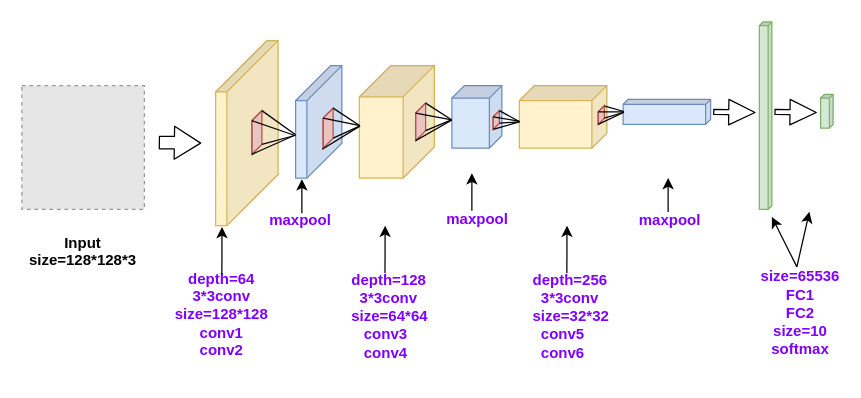
This is cnn.drawio from ByronGe/ff, a draw.io file, before an edit. Source tidied: cells renumbered, new cells numbered last; positions are measured from the earlier drawing's top-left corner, leaving out a move shared by most shapes. Both pictures are drawn from the tidied source at 125%, with x=0, y=0 at pixel (21, 21). Pictures stored in the file or linked from it are replaced by grey dashed boxes.
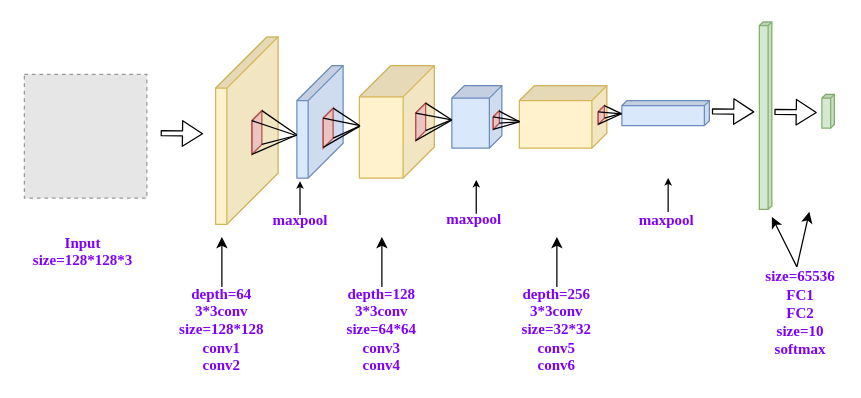
After the change.

Unchanged cells that the change refers to:
```xml
<mxCell id="4" style="shape=cube;whiteSpace=wrap;html=1;boundedLbl=1;backgroundOutline=1;darkOpacity=0.05;darkOpacity2=0.1;fillColor=#fff2cc;strokeColor=#d6b656;size=25;direction=south;" parent="1" vertex="1">
  <mxGeometry x="270" y="35" width="60" height="90" as="geometry" />
</mxCell>
<mxCell id="6" style="shape=cube;whiteSpace=wrap;html=1;boundedLbl=1;backgroundOutline=1;darkOpacity=0.05;darkOpacity2=0.1;fillColor=#fff2cc;strokeColor=#d6b656;size=12;direction=south;" parent="1" vertex="1">
  <mxGeometry x="398" y="51" width="70" height="50" as="geometry" />
</mxCell>
<mxCell id="15" style="shape=cube;whiteSpace=wrap;html=1;boundedLbl=1;backgroundOutline=1;darkOpacity=0.05;darkOpacity2=0.1;fillColor=#f8cecc;strokeColor=#b85450;size=9;direction=south;" parent="1" vertex="1">
  <mxGeometry x="241" y="69" width="8" height="32" as="geometry" />
</mxCell>
<mxCell id="25" style="shape=cube;whiteSpace=wrap;html=1;boundedLbl=1;backgroundOutline=1;darkOpacity=0.05;darkOpacity2=0.1;fillColor=#f8cecc;strokeColor=#b85450;size=9;direction=south;" parent="1" vertex="1">
  <mxGeometry x="377" y="71" width="5" height="15" as="geometry" />
</mxCell>
<mxCell id="30" style="shape=cube;whiteSpace=wrap;html=1;boundedLbl=1;backgroundOutline=1;darkOpacity=0.05;darkOpacity2=0.1;fillColor=#f8cecc;strokeColor=#b85450;size=9;direction=south;" parent="1" vertex="1">
  <mxGeometry x="461" y="67" width="5" height="15" as="geometry" />
</mxCell>
```

What changed in the source:
```diff
@@
     <mxCell id="2" style="shape=cube;whiteSpace=wrap;html=1;boundedLbl=1;backgroundOutline=1;darkOpacity=0.05;darkOpacity2=0.1;fillColor=#dae8fc;strokeColor=#6c8ebf;size=28;direction=south;" parent="1" vertex="1">
-      <mxGeometry x="219" y="35" width="37" height="90" as="geometry" />
+      <mxGeometry x="220" y="35" width="37" height="90" as="geometry" />
     </mxCell>
     <mxCell id="3" style="shape=cube;whiteSpace=wrap;html=1;boundedLbl=1;backgroundOutline=1;darkOpacity=0.05;darkOpacity2=0.1;fillColor=#fff2cc;strokeColor=#d6b656;size=41;direction=south;" parent="1" vertex="1">
-      <mxGeometry x="155" y="15" width="50" height="148" as="geometry" />
+      <mxGeometry x="155" y="12" width="50" height="150" as="geometry" />
     </mxCell>
@@
     <mxCell id="7" style="shape=cube;whiteSpace=wrap;html=1;boundedLbl=1;backgroundOutline=1;darkOpacity=0.05;darkOpacity2=0.1;fillColor=#dae8fc;strokeColor=#6c8ebf;size=4;direction=south;" parent="1" vertex="1">
-      <mxGeometry x="481" y="62" width="70" height="20" as="geometry" />
+      <mxGeometry x="480" y="63" width="70" height="20" as="geometry" />
     </mxCell>
@@
     <mxCell id="9" style="shape=cube;whiteSpace=wrap;html=1;boundedLbl=1;backgroundOutline=1;darkOpacity=0.05;darkOpacity2=0.1;fillColor=#d5e8d4;strokeColor=#82b366;size=3;direction=south;" parent="1" vertex="1">
-      <mxGeometry x="639" y="58" width="10" height="27" as="geometry" />
+      <mxGeometry x="640" y="58" width="10" height="27" as="geometry" />
     </mxCell>
@@
-    <mxCell id="19" style="endArrow=none;html=1;exitX=1.03;exitY=1.089;exitDx=0;exitDy=0;exitPerimeter=0;entryX=0.538;entryY=0.994;entryDx=0;entryDy=0;entryPerimeter=0;" parent="1" edge="1" source="15" target="4">
+    <mxCell id="19" style="endArrow=none;html=1;exitX=0.981;exitY=0.985;exitDx=0;exitDy=0;exitPerimeter=0;entryX=0.538;entryY=0.994;entryDx=0;entryDy=0;entryPerimeter=0;" parent="1" edge="1" source="15" target="4">
       <mxGeometry relative="1" as="geometry" />
     </mxCell>
@@
-    <mxCell id="27" style="endArrow=none;html=1;exitX=0;exitY=0;exitDx=0;exitDy=0;exitPerimeter=0;entryX=0.578;entryY=0.996;entryDx=0;entryDy=0;entryPerimeter=0;" parent="1" edge="1" source="25" target="6">
+    <mxCell id="27" style="endArrow=none;html=1;exitX=0.025;exitY=0.043;exitDx=0;exitDy=0;exitPerimeter=0;entryX=0.578;entryY=0.996;entryDx=0;entryDy=0;entryPerimeter=0;" parent="1" edge="1" source="25" target="6">
       <mxGeometry relative="1" as="geometry" />
     </mxCell>
@@
-    <mxCell id="31" style="endArrow=none;html=1;exitX=0;exitY=0;exitDx=5;exitDy=5;exitPerimeter=0;entryX=0.504;entryY=0.999;entryDx=0;entryDy=0;entryPerimeter=0;" parent="1" edge="1" source="30" target="7">
+    <mxCell id="31" style="endArrow=none;html=1;exitX=0;exitY=0;exitDx=5;exitDy=5;exitPerimeter=0;entryX=0.529;entryY=1.005;entryDx=0;entryDy=0;entryPerimeter=0;" parent="1" edge="1" source="30" target="7">
       <mxGeometry relative="1" as="geometry" />
     </mxCell>
-    <mxCell id="32" style="endArrow=none;html=1;exitX=0.028;exitY=-0.067;exitDx=0;exitDy=0;exitPerimeter=0;entryX=0.583;entryY=1.003;entryDx=0;entryDy=0;entryPerimeter=0;" parent="1" edge="1" source="30">
-      <mxGeometry relative="1" as="geometry">
-        <mxPoint x="481.7" y="71.7" as="targetPoint" />
-      </mxGeometry>
+    <mxCell id="32" style="endArrow=none;html=1;exitX=0;exitY=0;exitDx=0;exitDy=0;exitPerimeter=0;entryX=0.52;entryY=1.007;entryDx=0;entryDy=0;entryPerimeter=0;" parent="1" edge="1" source="30" target="7">
+      <mxGeometry relative="1" as="geometry" />
     </mxCell>
-    <mxCell id="33" style="endArrow=none;html=1;exitX=0;exitY=0;exitDx=14.999999999999998;exitDy=5;exitPerimeter=0;entryX=0.603;entryY=1.003;entryDx=0;entryDy=0;entryPerimeter=0;" parent="1" edge="1" source="30">
-      <mxGeometry relative="1" as="geometry">
-        <mxPoint x="481.7" y="72.3" as="targetPoint" />
-      </mxGeometry>
+    <mxCell id="33" style="endArrow=none;html=1;exitX=0;exitY=0;exitDx=14.999999999999998;exitDy=5;exitPerimeter=0;entryX=0.526;entryY=1.004;entryDx=0;entryDy=0;entryPerimeter=0;" parent="1" edge="1" source="30" target="7">
+      <mxGeometry relative="1" as="geometry" />
     </mxCell>
-    <mxCell id="34" style="endArrow=none;html=1;exitX=0;exitY=0;exitDx=9.999999999999998;exitDy=0;exitPerimeter=0;entryX=0.603;entryY=1.003;entryDx=0;entryDy=0;entryPerimeter=0;" parent="1" edge="1" source="30">
-      <mxGeometry relative="1" as="geometry">
-        <mxPoint x="481.7" y="72.3" as="targetPoint" />
-      </mxGeometry>
+    <mxCell id="34" style="endArrow=none;html=1;exitX=0;exitY=0;exitDx=9.999999999999998;exitDy=0;exitPerimeter=0;entryX=0.512;entryY=1.004;entryDx=0;entryDy=0;entryPerimeter=0;" parent="1" edge="1" source="30" target="7">
+      <mxGeometry relative="1" as="geometry" />
     </mxCell>
-    <mxCell id="35" style="shape=flexArrow;endArrow=classic;html=1;endWidth=15.428571428571429;endSize=6.668571428571428;startWidth=15.428571428571429;startSize=6.668571428571428;width=4;" parent="1" edge="1">
-      <mxGeometry relative="1" as="geometry">
-        <mxPoint x="553" y="72" as="sourcePoint" />
-        <mxPoint x="587" y="72.5" as="targetPoint" />
-      </mxGeometry>
-    </mxCell>
-    <mxCell id="36" style="shape=flexArrow;endArrow=classic;html=1;endWidth=15.428571428571429;endSize=6.668571428571428;startWidth=15.428571428571429;startSize=6.668571428571428;width=4;" parent="1" edge="1">
+    <mxCell id="36" style="shape=flexArrow;endArrow=classic;html=1;endWidth=15.428571428571429;endSize=5;startWidth=15.428571428571429;startSize=5;width=4;" parent="1" edge="1">
       <mxGeometry relative="1" as="geometry">
         <mxPoint x="602" y="72" as="sourcePoint" />
         <mxPoint x="636" y="72.5" as="targetPoint" />
       </mxGeometry>
     </mxCell>
-    <mxCell id="37" value="&lt;font color=&quot;#7f00ff&quot;&gt;&lt;b&gt;depth=64&lt;br&gt;3*3conv&lt;br&gt;size=128*128&lt;br&gt;conv1&lt;br&gt;conv2&lt;/b&gt;&lt;/font&gt;&lt;br&gt;" style="text;html=1;strokeColor=none;fillColor=none;align=center;verticalAlign=middle;whiteSpace=wrap;rounded=0;" parent="1" vertex="1">
-      <mxGeometry x="140" y="224" width="40" height="20" as="geometry" />
+    <mxCell id="37" value="&lt;font color=&quot;#7f00ff&quot;&gt;&lt;b&gt;depth=64&lt;br&gt;3*3conv&lt;br&gt;size=128*128&lt;br&gt;conv1&lt;br&gt;conv2&lt;/b&gt;&lt;/font&gt;&lt;br&gt;" style="text;html=1;strokeColor=none;fillColor=none;align=center;verticalAlign=middle;whiteSpace=wrap;rounded=0;fontFamily=Times New Roman;" parent="1" vertex="1">
+      <mxGeometry x="120" y="212" width="80" height="68" as="geometry" />
     </mxCell>
-    <mxCell id="38" value="&lt;font color=&quot;#7f00ff&quot;&gt;&lt;b&gt;maxpool&lt;br&gt;&lt;/b&gt;&lt;/font&gt;&lt;br&gt;" style="text;html=1;strokeColor=none;fillColor=none;align=center;verticalAlign=middle;whiteSpace=wrap;rounded=0;" parent="1" vertex="1">
+    <mxCell id="38" value="&lt;font color=&quot;#7f00ff&quot;&gt;&lt;b&gt;maxpool&lt;br&gt;&lt;/b&gt;&lt;/font&gt;&lt;br&gt;" style="text;html=1;strokeColor=none;fillColor=none;align=center;verticalAlign=middle;whiteSpace=wrap;rounded=0;fontFamily=Times New Roman;" parent="1" vertex="1">
       <mxGeometry x="203" y="156" width="40" height="20" as="geometry" />
     </mxCell>
-    <mxCell id="39" value="&lt;font color=&quot;#7f00ff&quot;&gt;&lt;b&gt;depth=128&lt;br&gt;&amp;nbsp; 3*3conv&lt;br&gt;size=64*64&lt;br&gt;&amp;nbsp; &amp;nbsp;conv3&lt;br&gt;&amp;nbsp; &amp;nbsp;conv4&lt;/b&gt;&lt;/font&gt;" style="text;html=1;" parent="1" vertex="1">
-      <mxGeometry x="262" y="193" width="50" height="70" as="geometry" />
-    </mxCell>
-    <mxCell id="40" value="&lt;font color=&quot;#7f00ff&quot;&gt;&lt;b&gt;maxpool&lt;/b&gt;&lt;/font&gt;&lt;br&gt;" style="text;html=1;" parent="1" vertex="1">
+    <mxCell id="40" value="&lt;font color=&quot;#7f00ff&quot;&gt;&lt;b&gt;maxpool&lt;/b&gt;&lt;/font&gt;&lt;br&gt;" style="text;html=1;fontFamily=Times New Roman;" parent="1" vertex="1">
       <mxGeometry x="338" y="144" width="50" height="70" as="geometry" />
     </mxCell>
-    <mxCell id="41" value="&lt;font color=&quot;#7f00ff&quot;&gt;&lt;b&gt;depth=256&lt;br&gt;&amp;nbsp; 3*3conv&lt;br&gt;size=32*32&lt;br&gt;&amp;nbsp; conv5&lt;br&gt;&amp;nbsp; conv6&lt;/b&gt;&lt;/font&gt;" style="text;html=1;" parent="1" vertex="1">
-      <mxGeometry x="407" y="193" width="50" height="70" as="geometry" />
-    </mxCell>
-    <mxCell id="42" value="&lt;font color=&quot;#7f00ff&quot;&gt;&lt;b&gt;maxpool&lt;/b&gt;&lt;/font&gt;&lt;br&gt;" style="text;html=1;" parent="1" vertex="1">
-      <mxGeometry x="492" y="145" width="50" height="70" as="geometry" />
+    <mxCell id="42" value="&lt;font color=&quot;#7f00ff&quot;&gt;&lt;b&gt;maxpool&lt;/b&gt;&lt;/font&gt;&lt;br&gt;" style="text;html=1;fontFamily=Times New Roman;" parent="1" vertex="1">
+      <mxGeometry x="492" y="145" width="50" height="27" as="geometry" />
     </mxCell>
-    <mxCell id="43" value="&lt;font color=&quot;#7f00ff&quot;&gt;&lt;b&gt;size=65536&lt;br&gt;FC1&lt;br&gt;FC2&lt;br&gt;size=10&lt;br&gt;softmax&lt;br&gt;&lt;/b&gt;&lt;/font&gt;&lt;br&gt;" style="text;html=1;strokeColor=none;fillColor=none;align=center;verticalAlign=middle;whiteSpace=wrap;rounded=0;direction=south;" parent="1" vertex="1">
+    <mxCell id="43" value="&lt;font color=&quot;#7f00ff&quot;&gt;&lt;b&gt;size=65536&lt;br&gt;FC1&lt;br&gt;FC2&lt;br&gt;size=10&lt;br&gt;softmax&lt;br&gt;&lt;/b&gt;&lt;/font&gt;&lt;br&gt;" style="text;html=1;strokeColor=none;fillColor=none;align=center;verticalAlign=middle;whiteSpace=wrap;rounded=0;direction=south;fontFamily=Times New Roman;" parent="1" vertex="1">
       <mxGeometry x="613" y="220" width="20" height="40" as="geometry" />
     </mxCell>
     <mxCell id="44" style="fillColor=#E6E6E6;strokeColor=#999999;dashed=1;verticalLabelPosition=bottom;labelBackgroundColor=#ffffff;verticalAlign=top;" parent="1" vertex="1">
-      <mxGeometry y="51" width="98" height="99" as="geometry" />
+      <mxGeometry x="2" y="42" width="98" height="99" as="geometry" />
     </mxCell>
-    <mxCell id="45" value="&lt;b&gt;&lt;font style=&quot;font-size: 12px&quot;&gt;Input&lt;br&gt;&lt;/font&gt;size=128*128*3&lt;br style=&quot;font-size: 11px&quot;&gt;&lt;/b&gt;&lt;br&gt;" style="text;html=1;strokeColor=none;fillColor=none;align=center;verticalAlign=middle;whiteSpace=wrap;rounded=0;" parent="1" vertex="1">
+    <mxCell id="45" value="&lt;b&gt;&lt;font style=&quot;font-size: 12px&quot;&gt;Input&lt;br&gt;&lt;/font&gt;size=128*128*3&lt;br style=&quot;font-size: 11px&quot;&gt;&lt;/b&gt;&lt;br&gt;" style="text;html=1;strokeColor=none;fillColor=none;align=center;verticalAlign=middle;whiteSpace=wrap;rounded=0;fontFamily=Times New Roman;fontColor=#7F00FF;" parent="1" vertex="1">
       <mxGeometry x="29" y="181" width="40" height="20" as="geometry" />
     </mxCell>
-    <mxCell id="46" style="shape=flexArrow;endArrow=classic;html=1;endWidth=15.428571428571429;endSize=6.668571428571428;startWidth=15.428571428571429;startSize=6.668571428571428;width=10;" parent="1" edge="1">
-      <mxGeometry relative="1" as="geometry">
-        <mxPoint x="109.5" y="96.5" as="sourcePoint" />
-        <mxPoint x="143.5" y="97" as="targetPoint" />
-      </mxGeometry>
-    </mxCell>
-    <mxCell id="47" style="endArrow=classic;html=1;entryX=0;entryY=0;entryDx=90;entryDy=34;entryPerimeter=0;" parent="1" edge="1">
-      <mxGeometry relative="1" as="geometry">
-        <mxPoint x="224" y="153" as="sourcePoint" />
-        <mxPoint x="224" y="125.9" as="targetPoint" />
-      </mxGeometry>
-    </mxCell>
-    <mxCell id="48" style="endArrow=classic;html=1;" parent="1" edge="1">
-      <mxGeometry relative="1" as="geometry">
-        <mxPoint x="360" y="151" as="sourcePoint" />
-        <mxPoint x="360" y="121" as="targetPoint" />
-      </mxGeometry>
-    </mxCell>
-    <mxCell id="49" style="endArrow=classic;html=1;entryX=0;entryY=0;entryDx=90;entryDy=34;entryPerimeter=0;" parent="1" edge="1">
+    <mxCell id="49" style="endArrow=classic;html=1;exitX=0.5;exitY=0;exitDx=0;exitDy=0;" parent="1" edge="1" source="37">
       <mxGeometry relative="1" as="geometry">
-        <mxPoint x="160" y="202" as="sourcePoint" />
-        <mxPoint x="160.1" y="164" as="targetPoint" />
+        <mxPoint x="160" y="172" as="targetPoint" />
       </mxGeometry>
     </mxCell>
@@
-    <mxCell id="52" style="endArrow=classic;html=1;entryX=0;entryY=0;entryDx=90;entryDy=34;entryPerimeter=0;" parent="1" edge="1">
+    <mxCell id="52" style="endArrow=classic;html=1;entryX=0;entryY=0;entryDx=90;entryDy=34;entryPerimeter=0;endSize=3;" parent="1" edge="1">
       <mxGeometry relative="1" as="geometry">
         <mxPoint x="517" y="152" as="sourcePoint" />
         <mxPoint x="517" y="124.9" as="targetPoint" />
       </mxGeometry>
     </mxCell>
-    <mxCell id="53" style="endArrow=classic;html=1;entryX=0;entryY=0;entryDx=90;entryDy=34;entryPerimeter=0;" parent="1" edge="1">
+    <mxCell id="53" style="endArrow=classic;html=1;exitX=0.5;exitY=0;exitDx=0;exitDy=0;" parent="1" edge="1" source="39">
       <mxGeometry relative="1" as="geometry">
-        <mxPoint x="290.5" y="201" as="sourcePoint" />
-        <mxPoint x="290.6" y="163" as="targetPoint" />
+        <mxPoint x="288" y="172" as="targetPoint" />
       </mxGeometry>
     </mxCell>
-    <mxCell id="54" style="endArrow=classic;html=1;entryX=0;entryY=0;entryDx=90;entryDy=34;entryPerimeter=0;" parent="1" edge="1">
+    <mxCell id="54" style="endArrow=classic;html=1;endSize=6;exitX=0.5;exitY=0;exitDx=0;exitDy=0;" parent="1" edge="1" source="41">
       <mxGeometry relative="1" as="geometry">
-        <mxPoint x="436" y="201" as="sourcePoint" />
-        <mxPoint x="436.1" y="163" as="targetPoint" />
+        <mxPoint x="428" y="172" as="targetPoint" />
       </mxGeometry>
     </mxCell>
+    <mxCell id="55" style="shape=flexArrow;endArrow=classic;html=1;endWidth=15.428571428571429;endSize=5;startWidth=15.428571428571429;startSize=5;width=4;" parent="1" edge="1">
+      <mxGeometry relative="1" as="geometry">
+        <mxPoint x="552" y="71.5" as="sourcePoint" />
+        <mxPoint x="586" y="72" as="targetPoint" />
+      </mxGeometry>
+    </mxCell>
+    <mxCell id="56" style="shape=flexArrow;endArrow=classic;html=1;endWidth=15.428571428571429;endSize=5;startWidth=15.428571428571429;startSize=5;width=4;" parent="1" edge="1">
+      <mxGeometry relative="1" as="geometry">
+        <mxPoint x="111" y="89" as="sourcePoint" />
+        <mxPoint x="145" y="89.5" as="targetPoint" />
+      </mxGeometry>
+    </mxCell>
+    <mxCell id="57" style="endArrow=classic;html=1;entryX=0;entryY=0;entryDx=90;entryDy=34;entryPerimeter=0;endSize=3;" parent="1" edge="1">
+      <mxGeometry relative="1" as="geometry">
+        <mxPoint x="363.5" y="153.5" as="sourcePoint" />
+        <mxPoint x="363.5" y="126.4" as="targetPoint" />
+      </mxGeometry>
+    </mxCell>
+    <mxCell id="58" style="endArrow=classic;html=1;entryX=0;entryY=0;entryDx=90;entryDy=34;entryPerimeter=0;endSize=3;" parent="1" edge="1">
+      <mxGeometry relative="1" as="geometry">
+        <mxPoint x="222.5" y="154.5" as="sourcePoint" />
+        <mxPoint x="222.5" y="127.4" as="targetPoint" />
+      </mxGeometry>
+    </mxCell>
+    <mxCell id="39" value="&lt;b&gt;&lt;font color=&quot;#7f00ff&quot;&gt;depth=128&lt;br&gt;3*3conv&lt;br&gt;size=64*64&lt;br&gt;conv3&lt;br&gt;conv4&lt;/font&gt;&lt;/b&gt;" style="text;html=1;strokeColor=none;fillColor=none;align=center;verticalAlign=middle;whiteSpace=wrap;rounded=0;fontFamily=Times New Roman;" parent="1" vertex="1">
+      <mxGeometry x="248" y="212" width="80" height="68" as="geometry" />
+    </mxCell>
+    <mxCell id="41" value="&lt;b&gt;&lt;font color=&quot;#7f00ff&quot;&gt;depth=256&lt;br&gt;3*3conv&lt;br&gt;size=32*32&lt;br&gt;conv5&lt;br&gt;conv6&lt;/font&gt;&lt;/b&gt;" style="text;html=1;strokeColor=none;fillColor=none;align=center;verticalAlign=middle;whiteSpace=wrap;rounded=0;fontFamily=Times New Roman;" parent="1" vertex="1">
+      <mxGeometry x="388" y="212" width="80" height="68" as="geometry" />
+    </mxCell>
```
